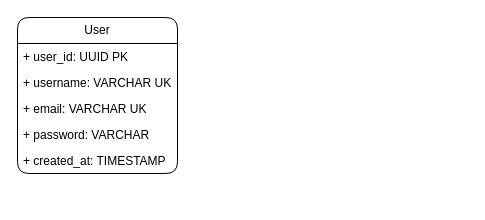
onlynoer/workout-tracker keeps this draw.io diagram as DB_UML_Diagram.drawio. Above is the earlier version. Source tidied: cells renumbered, new cells numbered last; positions are measured from the earlier drawing's top-left corner, leaving out a move shared by most shapes. Both pictures are drawn from the tidied source at 100%, with x=0, y=0 at pixel (17, 17).
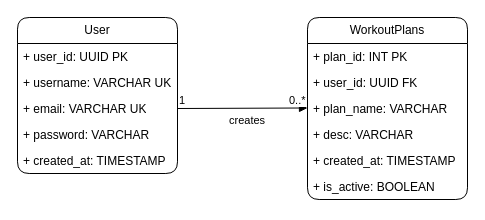
The same diagram, later.

Change to the diagram source:
```diff
@@
 <mxGraphModel>
   <root>
     <mxCell id="0" />
     <mxCell id="1" parent="0" />
     <mxCell id="2" value="User" style="swimlane;fontStyle=0;horizontal=1;startSize=26;fillColor=none;whiteSpace=wrap;html=1;rounded=1;roundedPerimeter=1;" parent="1" vertex="1">
       <mxGeometry width="160" height="156" as="geometry" />
     </mxCell>
     <mxCell id="3" value="+ user_id: UUID PK" style="text;strokeColor=none;fillColor=none;align=left;verticalAlign=top;spacingLeft=4;spacingRight=4;overflow=hidden;whiteSpace=wrap;html=1;" parent="2" vertex="1">
       <mxGeometry y="26" width="160" height="26" as="geometry" />
     </mxCell>
     <mxCell id="4" value="+ username: VARCHAR UK" style="text;strokeColor=none;fillColor=none;align=left;verticalAlign=top;spacingLeft=4;spacingRight=4;overflow=hidden;whiteSpace=wrap;html=1;" parent="2" vertex="1">
       <mxGeometry y="52" width="160" height="26" as="geometry" />
     </mxCell>
     <mxCell id="5" value="+ email: VARCHAR UK" style="text;strokeColor=none;fillColor=none;align=left;verticalAlign=top;spacingLeft=4;spacingRight=4;overflow=hidden;points=[[0,0.5],[1,0.5]];portConstraint=eastwest;whiteSpace=wrap;html=1;" parent="2" vertex="1">
       <mxGeometry y="78" width="160" height="26" as="geometry" />
     </mxCell>
     <mxCell id="6" value="+ password: VARCHAR" style="text;strokeColor=none;fillColor=none;align=left;verticalAlign=top;spacingLeft=4;spacingRight=4;overflow=hidden;whiteSpace=wrap;html=1;" parent="2" vertex="1">
       <mxGeometry y="104" width="160" height="26" as="geometry" />
     </mxCell>
     <mxCell id="7" value="+ created_at: TIMESTAMP" style="text;strokeColor=none;fillColor=none;align=left;verticalAlign=top;spacingLeft=4;spacingRight=4;overflow=hidden;whiteSpace=wrap;html=1;" parent="2" vertex="1">
       <mxGeometry y="130" width="160" height="26" as="geometry" />
     </mxCell>
+    <mxCell id="8" value="WorkoutPlans" style="swimlane;fontStyle=0;horizontal=1;startSize=26;fillColor=none;whiteSpace=wrap;html=1;rounded=1;roundedPerimeter=1;" parent="1" vertex="1">
+      <mxGeometry x="290" width="160" height="182" as="geometry" />
+    </mxCell>
+    <mxCell id="9" value="+ plan_id: INT PK" style="text;strokeColor=none;fillColor=none;align=left;verticalAlign=top;spacingLeft=4;spacingRight=4;overflow=hidden;whiteSpace=wrap;html=1;" parent="8" vertex="1">
+      <mxGeometry y="26" width="160" height="26" as="geometry" />
+    </mxCell>
+    <mxCell id="10" value="+ user_id: UUID FK" style="text;strokeColor=none;fillColor=none;align=left;verticalAlign=top;spacingLeft=4;spacingRight=4;overflow=hidden;whiteSpace=wrap;html=1;" parent="8" vertex="1">
+      <mxGeometry y="52" width="160" height="26" as="geometry" />
+    </mxCell>
+    <mxCell id="11" value="+ plan_name: VARCHAR" style="text;strokeColor=none;fillColor=none;align=left;verticalAlign=top;spacingLeft=4;spacingRight=4;overflow=hidden;whiteSpace=wrap;html=1;" parent="8" vertex="1">
+      <mxGeometry y="78" width="160" height="26" as="geometry" />
+    </mxCell>
+    <mxCell id="12" value="+ desc: VARCHAR" style="text;strokeColor=none;fillColor=none;align=left;verticalAlign=top;spacingLeft=4;spacingRight=4;overflow=hidden;whiteSpace=wrap;html=1;" parent="8" vertex="1">
+      <mxGeometry y="104" width="160" height="26" as="geometry" />
+    </mxCell>
+    <mxCell id="13" value="+ created_at: TIMESTAMP" style="text;strokeColor=none;fillColor=none;align=left;verticalAlign=top;spacingLeft=4;spacingRight=4;overflow=hidden;whiteSpace=wrap;html=1;" parent="8" vertex="1">
+      <mxGeometry y="130" width="160" height="26" as="geometry" />
+    </mxCell>
+    <mxCell id="14" value="+ is_active: BOOLEAN" style="text;strokeColor=none;fillColor=none;align=left;verticalAlign=top;spacingLeft=4;spacingRight=4;overflow=hidden;whiteSpace=wrap;html=1;" parent="8" vertex="1">
+      <mxGeometry y="156" width="160" height="26" as="geometry" />
+    </mxCell>
+    <mxCell id="15" value="creates" style="endArrow=block;endFill=1;html=1;edgeStyle=orthogonalEdgeStyle;align=left;verticalAlign=top;rounded=1;defaultLabelBackgroundColor=page;exitX=1;exitY=0.5;exitDx=0;exitDy=0;" parent="1" edge="1" source="5">
+      <mxGeometry x="-0.23" y="1" relative="1" as="geometry">
+        <mxPoint x="290" y="90.5" as="targetPoint" />
+      </mxGeometry>
+    </mxCell>
+    <mxCell id="16" value="1" style="edgeLabel;html=1;align=left;verticalAlign=bottom;inheritText=1;defaultLabelBackgroundColor=page;" parent="15" vertex="1">
+      <mxGeometry x="-1" relative="1" as="geometry" />
+    </mxCell>
+    <mxCell id="17" value="0..*" style="edgeLabel;html=1;align=left;verticalAlign=bottom;inheritText=1;defaultLabelBackgroundColor=page;" parent="15" vertex="1">
+      <mxGeometry x="-1" relative="1" as="geometry">
+        <mxPoint x="110" as="offset" />
+      </mxGeometry>
+    </mxCell>
   </root>
 </mxGraphModel>
```
